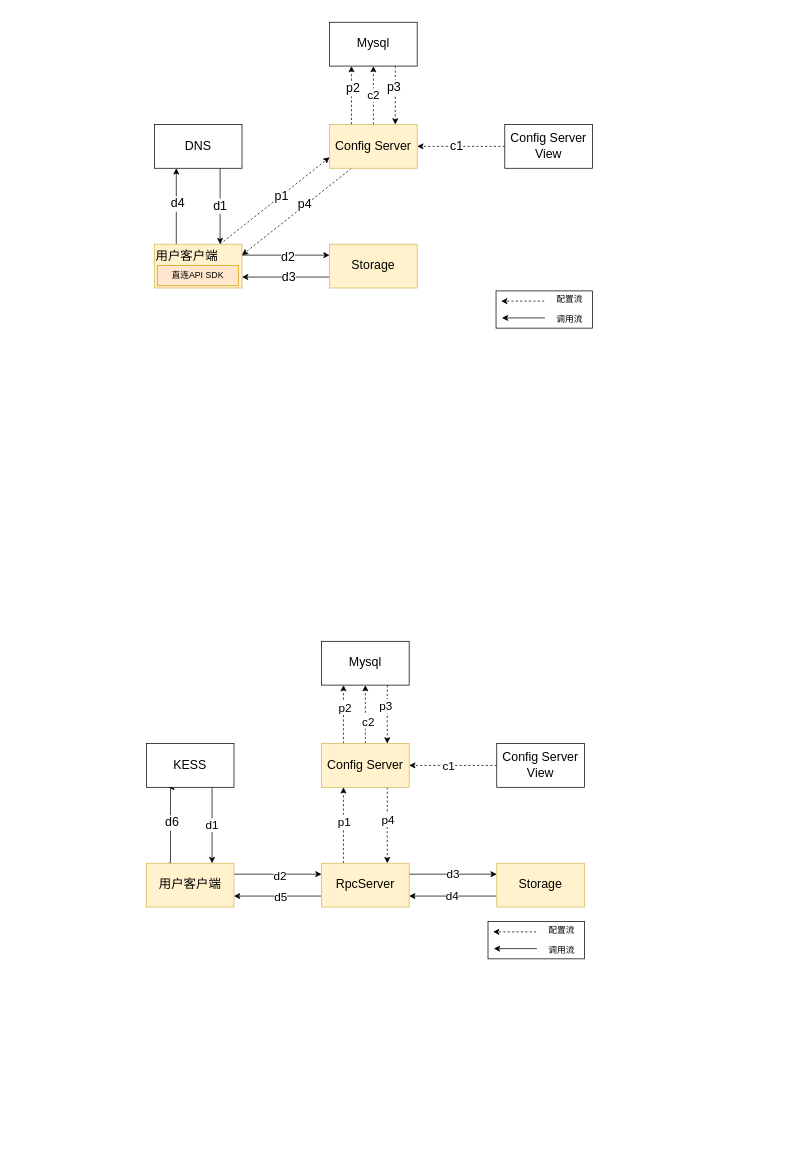
Before: Untitled Diagram.drawio in FlyThroughAir/DrawHere, a draw.io diagram. Source tidied: cells renumbered, new cells numbered last; positions are measured from the earlier drawing's top-left corner, leaving out a move shared by most shapes. Both pictures are drawn from the tidied source at 73%, with x=0, y=0 at pixel (146, 22).
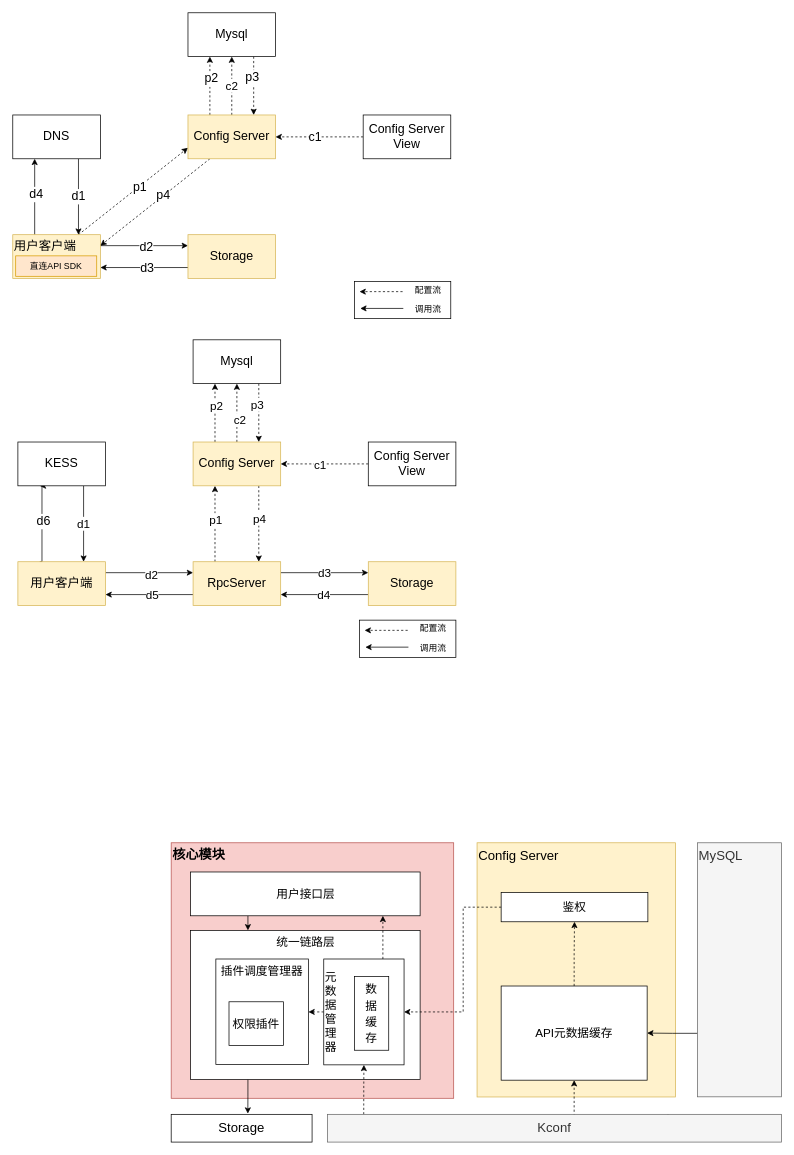
Above is the later version.

What changed in the source:
```diff
@@
     <mxCell id="2" style="rounded=0;whiteSpace=wrap;html=1;" parent="1" vertex="1">
-      <mxGeometry x="468" y="1232" width="132" height="51" as="geometry" />
+      <mxGeometry x="292" y="819" width="132" height="51" as="geometry" />
     </mxCell>
@@
     <mxCell id="9" value="用户客户端" style="rounded=0;whiteSpace=wrap;html=1;fontSize=17;fillColor=#fff2cc;strokeColor=#d6b656;verticalAlign=top;align=left;" parent="1" vertex="1">
-      <mxGeometry x="11" y="304" width="120" height="60" as="geometry" />
+      <mxGeometry x="-183" y="291" width="120" height="60" as="geometry" />
     </mxCell>
@@
     <mxCell id="11" value="DNS" style="rounded=0;whiteSpace=wrap;html=1;fontSize=17;" parent="1" vertex="1">
-      <mxGeometry x="11" y="140" width="120" height="60" as="geometry" />
+      <mxGeometry x="-183" y="127" width="120" height="60" as="geometry" />
     </mxCell>
@@
     <mxCell id="16" value="c2" style="edgeStyle=orthogonalEdgeStyle;rounded=0;jettySize=auto;html=1;entryX=0.5;entryY=1;entryDx=0;entryDy=0;dashed=1;fontSize=16;strokeColor=#000000;" parent="1" edge="1" source="17" target="26">
       <mxGeometry relative="1" as="geometry">
         <Array as="points">
-          <mxPoint x="311" y="92" />
-          <mxPoint x="311" y="92" />
+          <mxPoint x="117" y="79" />
+          <mxPoint x="117" y="79" />
         </Array>
       </mxGeometry>
     </mxCell>
     <mxCell id="17" value="Config Server" style="rounded=0;whiteSpace=wrap;html=1;fontSize=17;fillColor=#fff2cc;strokeColor=#d6b656;" parent="1" vertex="1">
-      <mxGeometry x="251" y="140" width="120" height="60" as="geometry" />
+      <mxGeometry x="57" y="127" width="120" height="60" as="geometry" />
     </mxCell>
@@
     <mxCell id="20" value="Storage" style="rounded=0;whiteSpace=wrap;html=1;fontSize=17;fillColor=#fff2cc;strokeColor=#d6b656;" parent="1" vertex="1">
-      <mxGeometry x="251" y="304" width="120" height="60" as="geometry" />
+      <mxGeometry x="57" y="291" width="120" height="60" as="geometry" />
     </mxCell>
@@
     <mxCell id="23" value="Config Server View" style="rounded=0;whiteSpace=wrap;html=1;fontSize=17;" parent="1" vertex="1">
-      <mxGeometry x="491" y="140" width="120" height="60" as="geometry" />
+      <mxGeometry x="297" y="127" width="120" height="60" as="geometry" />
     </mxCell>
@@
     <mxCell id="26" value="Mysql" style="rounded=0;whiteSpace=wrap;html=1;fontSize=17;" parent="1" vertex="1">
-      <mxGeometry x="251" width="120" height="60" as="geometry" />
+      <mxGeometry x="57" y="-13" width="120" height="60" as="geometry" />
     </mxCell>
     <mxCell id="27" style="edgeStyle=orthogonalEdgeStyle;rounded=0;jettySize=auto;html=1;exitX=0.25;exitY=0;exitDx=0;exitDy=0;entryX=0.25;entryY=1;entryDx=0;entryDy=0;fontSize=17;" parent="1" edge="1" source="33" target="35">
       <mxGeometry relative="1" as="geometry">
         <Array as="points">
-          <mxPoint x="33" y="1152" />
-          <mxPoint x="33" y="1048" />
+          <mxPoint x="-143" y="739" />
+          <mxPoint x="-143" y="635" />
         </Array>
       </mxGeometry>
     </mxCell>
@@
     <mxCell id="33" value="用户客户端" style="rounded=0;whiteSpace=wrap;html=1;fontSize=17;fillColor=#fff2cc;strokeColor=#d6b656;" parent="1" vertex="1">
-      <mxGeometry y="1152" width="120" height="60" as="geometry" />
+      <mxGeometry x="-176" y="739" width="120" height="60" as="geometry" />
     </mxCell>
@@
     <mxCell id="35" value="KESS" style="rounded=0;whiteSpace=wrap;html=1;fontSize=17;" parent="1" vertex="1">
-      <mxGeometry y="988" width="120" height="60" as="geometry" />
+      <mxGeometry x="-176" y="575" width="120" height="60" as="geometry" />
     </mxCell>
@@
     <mxCell id="42" value="Config Server" style="rounded=0;whiteSpace=wrap;html=1;fontSize=17;fillColor=#fff2cc;strokeColor=#d6b656;" parent="1" vertex="1">
-      <mxGeometry x="240" y="988" width="120" height="60" as="geometry" />
+      <mxGeometry x="64" y="575" width="120" height="60" as="geometry" />
     </mxCell>
@@
     <mxCell id="46" value="RpcServer" style="rounded=0;whiteSpace=wrap;html=1;fontSize=17;fillColor=#fff2cc;strokeColor=#d6b656;" parent="1" vertex="1">
-      <mxGeometry x="240" y="1152" width="120" height="60" as="geometry" />
+      <mxGeometry x="64" y="739" width="120" height="60" as="geometry" />
     </mxCell>
@@
     <mxCell id="49" value="Config Server View" style="rounded=0;whiteSpace=wrap;html=1;fontSize=17;" parent="1" vertex="1">
-      <mxGeometry x="480" y="988" width="120" height="60" as="geometry" />
+      <mxGeometry x="304" y="575" width="120" height="60" as="geometry" />
     </mxCell>
@@
     <mxCell id="52" value="Mysql" style="rounded=0;whiteSpace=wrap;html=1;fontSize=17;" parent="1" vertex="1">
-      <mxGeometry x="240" y="848" width="120" height="60" as="geometry" />
+      <mxGeometry x="64" y="435" width="120" height="60" as="geometry" />
     </mxCell>
@@
     <mxCell id="56" value="Storage" style="rounded=0;whiteSpace=wrap;html=1;fontSize=17;fillColor=#fff2cc;strokeColor=#d6b656;" parent="1" vertex="1">
-      <mxGeometry x="480" y="1152" width="120" height="60" as="geometry" />
+      <mxGeometry x="304" y="739" width="120" height="60" as="geometry" />
     </mxCell>
     <mxCell id="57" value="直连API SDK" style="rounded=0;whiteSpace=wrap;html=1;fillColor=#ffe6cc;strokeColor=#d79b00;" parent="1" vertex="1">
-      <mxGeometry x="15" y="333" width="111" height="28" as="geometry" />
+      <mxGeometry x="-179" y="320" width="111" height="28" as="geometry" />
     </mxCell>
     <mxCell id="58" style="endArrow=classic;html=1;rounded=0;dashed=1;strokeColor=#000000;" parent="1" edge="1">
       <mxGeometry relative="1" as="geometry">
-        <mxPoint x="534" y="1246" as="sourcePoint" />
-        <mxPoint x="475" y="1246" as="targetPoint" />
+        <mxPoint x="358" y="833" as="sourcePoint" />
+        <mxPoint x="299" y="833" as="targetPoint" />
       </mxGeometry>
     </mxCell>
     <mxCell id="59" style="endArrow=classic;html=1;rounded=0;strokeColor=#000000;" parent="1" edge="1">
       <mxGeometry relative="1" as="geometry">
-        <mxPoint x="535" y="1269" as="sourcePoint" />
-        <mxPoint x="476" y="1269" as="targetPoint" />
+        <mxPoint x="359" y="856" as="sourcePoint" />
+        <mxPoint x="300" y="856" as="targetPoint" />
       </mxGeometry>
     </mxCell>
     <mxCell id="60" value="配置流" style="text;html=1;strokeColor=none;fillColor=none;align=center;verticalAlign=middle;whiteSpace=wrap;rounded=0;" parent="1" vertex="1">
-      <mxGeometry x="539" y="1229" width="60" height="30" as="geometry" />
+      <mxGeometry x="363" y="816" width="60" height="30" as="geometry" />
     </mxCell>
     <mxCell id="61" value="调用流" style="text;html=1;strokeColor=none;fillColor=none;align=center;verticalAlign=middle;whiteSpace=wrap;rounded=0;" parent="1" vertex="1">
-      <mxGeometry x="539" y="1256" width="60" height="30" as="geometry" />
+      <mxGeometry x="363" y="843" width="60" height="30" as="geometry" />
     </mxCell>
     <mxCell id="62" style="rounded=0;whiteSpace=wrap;html=1;" parent="1" vertex="1">
-      <mxGeometry x="479" y="368" width="132" height="51" as="geometry" />
+      <mxGeometry x="285" y="355" width="132" height="51" as="geometry" />
     </mxCell>
     <mxCell id="63" style="endArrow=classic;html=1;rounded=0;dashed=1;strokeColor=#000000;" parent="1" edge="1">
       <mxGeometry relative="1" as="geometry">
-        <mxPoint x="545" y="382" as="sourcePoint" />
-        <mxPoint x="486" y="382" as="targetPoint" />
+        <mxPoint x="351" y="369" as="sourcePoint" />
+        <mxPoint x="292" y="369" as="targetPoint" />
       </mxGeometry>
     </mxCell>
     <mxCell id="64" style="endArrow=classic;html=1;rounded=0;strokeColor=#000000;" parent="1" edge="1">
       <mxGeometry relative="1" as="geometry">
-        <mxPoint x="546" y="405" as="sourcePoint" />
-        <mxPoint x="487" y="405" as="targetPoint" />
+        <mxPoint x="352" y="392" as="sourcePoint" />
+        <mxPoint x="293" y="392" as="targetPoint" />
       </mxGeometry>
     </mxCell>
     <mxCell id="65" value="配置流" style="text;html=1;strokeColor=none;fillColor=none;align=center;verticalAlign=middle;whiteSpace=wrap;rounded=0;" parent="1" vertex="1">
-      <mxGeometry x="550" y="365" width="60" height="30" as="geometry" />
+      <mxGeometry x="356" y="352" width="60" height="30" as="geometry" />
     </mxCell>
     <mxCell id="66" value="调用流" style="text;html=1;strokeColor=none;fillColor=none;align=center;verticalAlign=middle;whiteSpace=wrap;rounded=0;" parent="1" vertex="1">
-      <mxGeometry x="550" y="392" width="60" height="30" as="geometry" />
+      <mxGeometry x="356" y="379" width="60" height="30" as="geometry" />
     </mxCell>
+    <mxCell id="67" value="&lt;font style=&quot;font-size: 18px&quot;&gt;Config Server&lt;/font&gt;" style="rounded=0;whiteSpace=wrap;html=1;fontSize=19;verticalAlign=top;fillColor=#fff2cc;strokeColor=#d6b656;align=left;" parent="1" vertex="1">
+      <mxGeometry x="453" y="1124" width="272" height="348.2" as="geometry" />
+    </mxCell>
+    <mxCell id="68" value="&lt;font style=&quot;font-size: 16px&quot;&gt;鉴权&lt;/font&gt;" style="rounded=0;whiteSpace=wrap;html=1;fontSize=19;" parent="1" vertex="1">
+      <mxGeometry x="486" y="1192.2" width="201" height="40" as="geometry" />
+    </mxCell>
+    <mxCell id="69" style="edgeStyle=orthogonalEdgeStyle;rounded=0;jettySize=auto;html=1;fontSize=18;startArrow=none;startFill=0;endArrow=classic;endFill=1;dashed=1;" parent="1" edge="1" source="70" target="68">
+      <mxGeometry relative="1" as="geometry" />
+    </mxCell>
+    <mxCell id="70" value="&lt;span style=&quot;font-size: 16px&quot;&gt;API元数据缓存&lt;/span&gt;" style="rounded=0;whiteSpace=wrap;html=1;fontSize=19;" parent="1" vertex="1">
+      <mxGeometry x="486" y="1320.2" width="200" height="129" as="geometry" />
+    </mxCell>
+    <mxCell id="71" value="核心模块" style="rounded=0;whiteSpace=wrap;html=1;verticalAlign=top;align=left;fontSize=18;fontStyle=1;fillColor=#f8cecc;strokeColor=#b85450;" parent="1" vertex="1">
+      <mxGeometry x="34" y="1124" width="387" height="350" as="geometry" />
+    </mxCell>
+    <mxCell id="72" style="edgeStyle=orthogonalEdgeStyle;rounded=0;jettySize=auto;html=1;exitX=0.25;exitY=1;exitDx=0;exitDy=0;entryX=0.544;entryY=-0.026;entryDx=0;entryDy=0;entryPerimeter=0;fontSize=18;" parent="1" edge="1" source="73" target="88">
+      <mxGeometry relative="1" as="geometry" />
+    </mxCell>
+    <mxCell id="73" value="统一链路层" style="rounded=0;whiteSpace=wrap;html=1;verticalAlign=top;fontSize=16;" parent="1" vertex="1">
+      <mxGeometry x="60.5" y="1244" width="314.5" height="204.2" as="geometry" />
+    </mxCell>
+    <mxCell id="74" style="edgeStyle=orthogonalEdgeStyle;rounded=0;jettySize=auto;html=1;exitX=0.25;exitY=1;exitDx=0;exitDy=0;entryX=0.25;entryY=0;entryDx=0;entryDy=0;" parent="1" edge="1" source="75" target="73">
+      <mxGeometry relative="1" as="geometry" />
+    </mxCell>
+    <mxCell id="75" value="用户接口层" style="rounded=0;whiteSpace=wrap;html=1;fontSize=16;" parent="1" vertex="1">
+      <mxGeometry x="60.5" y="1164" width="314.5" height="60" as="geometry" />
+    </mxCell>
+    <mxCell id="76" style="edgeStyle=orthogonalEdgeStyle;rounded=0;jettySize=auto;html=1;fontSize=16;startArrow=none;startFill=0;endArrow=classic;endFill=1;dashed=1;" parent="1" edge="1" source="78" target="75">
+      <mxGeometry relative="1" as="geometry">
+        <Array as="points">
+          <mxPoint x="324" y="1241.2" />
+          <mxPoint x="324" y="1241.2" />
+        </Array>
+      </mxGeometry>
+    </mxCell>
+    <mxCell id="77" style="edgeStyle=orthogonalEdgeStyle;rounded=0;jettySize=auto;html=1;exitX=0;exitY=0.5;exitDx=0;exitDy=0;entryX=1;entryY=0.5;entryDx=0;entryDy=0;dashed=1;" parent="1" edge="1" source="78" target="79">
+      <mxGeometry relative="1" as="geometry" />
+    </mxCell>
+    <mxCell id="78" value="&lt;font style=&quot;font-size: 16px;&quot;&gt;元&lt;br style=&quot;font-size: 16px;&quot;&gt;数&lt;br style=&quot;font-size: 16px;&quot;&gt;据&lt;br style=&quot;font-size: 16px;&quot;&gt;管&lt;br style=&quot;font-size: 16px;&quot;&gt;理&lt;br style=&quot;font-size: 16px;&quot;&gt;器&lt;/font&gt;" style="rounded=0;whiteSpace=wrap;html=1;fontSize=16;align=left;" parent="1" vertex="1">
+      <mxGeometry x="243" y="1283.2" width="110" height="145" as="geometry" />
+    </mxCell>
+    <mxCell id="79" value="&lt;font style=&quot;font-size: 16px;&quot;&gt;插件调度管理器&lt;/font&gt;" style="rounded=0;whiteSpace=wrap;html=1;fontSize=16;verticalAlign=top;" parent="1" vertex="1">
+      <mxGeometry x="95.2" y="1283.2" width="126.8" height="144.5" as="geometry" />
+    </mxCell>
+    <mxCell id="80" value="&lt;font style=&quot;font-size: 16px;&quot;&gt;权限插件&lt;/font&gt;" style="rounded=0;whiteSpace=wrap;html=1;fontSize=16;" parent="1" vertex="1">
+      <mxGeometry x="113.2" y="1341.8" width="74.8" height="60" as="geometry" />
+    </mxCell>
+    <mxCell id="81" style="edgeStyle=orthogonalEdgeStyle;rounded=0;jettySize=auto;html=1;entryX=1;entryY=0.5;entryDx=0;entryDy=0;fontSize=18;startArrow=none;startFill=0;endArrow=classic;endFill=1;dashed=1;" parent="1" edge="1" source="68" target="78">
+      <mxGeometry relative="1" as="geometry">
+        <Array as="points">
+          <mxPoint x="434" y="1212.2" />
+          <mxPoint x="434" y="1356.2" />
+        </Array>
+      </mxGeometry>
+    </mxCell>
+    <mxCell id="82" style="edgeStyle=orthogonalEdgeStyle;rounded=0;jettySize=auto;html=1;exitX=0;exitY=0.75;exitDx=0;exitDy=0;entryX=1;entryY=0.5;entryDx=0;entryDy=0;" parent="1" edge="1" source="83" target="70">
+      <mxGeometry relative="1" as="geometry" />
+    </mxCell>
+    <mxCell id="83" value="&lt;span style=&quot;font-size: 18px&quot;&gt;MySQL&lt;/span&gt;" style="rounded=0;whiteSpace=wrap;html=1;fontSize=19;verticalAlign=top;fillColor=#f5f5f5;strokeColor=#666666;fontColor=#333333;align=left;" parent="1" vertex="1">
+      <mxGeometry x="755" y="1124" width="115" height="348" as="geometry" />
+    </mxCell>
+    <mxCell id="84" style="edgeStyle=orthogonalEdgeStyle;rounded=0;jettySize=auto;html=1;exitX=0.08;exitY=0;exitDx=0;exitDy=0;dashed=1;exitPerimeter=0;" parent="1" edge="1" source="86" target="78">
+      <mxGeometry relative="1" as="geometry" />
+    </mxCell>
+    <mxCell id="85" style="edgeStyle=orthogonalEdgeStyle;rounded=0;jettySize=auto;html=1;exitX=0.75;exitY=0;exitDx=0;exitDy=0;dashed=1;" parent="1" edge="1" source="86" target="70">
+      <mxGeometry relative="1" as="geometry">
+        <Array as="points">
+          <mxPoint x="586" y="1514" />
+        </Array>
+      </mxGeometry>
+    </mxCell>
+    <mxCell id="86" value="&lt;span style=&quot;font-size: 18px&quot;&gt;Kconf&lt;/span&gt;" style="rounded=0;whiteSpace=wrap;html=1;fontSize=19;verticalAlign=top;fillColor=#f5f5f5;strokeColor=#666666;fontColor=#333333;" parent="1" vertex="1">
+      <mxGeometry x="248" y="1496" width="622" height="38" as="geometry" />
+    </mxCell>
+    <mxCell id="87" value="&lt;span style=&quot;font-size: 16px&quot;&gt;数&lt;br&gt;据&lt;br&gt;缓&lt;br&gt;存&lt;/span&gt;" style="rounded=0;whiteSpace=wrap;html=1;fontSize=19;" parent="1" vertex="1">
+      <mxGeometry x="285" y="1307" width="47" height="101.2" as="geometry" />
+    </mxCell>
+    <mxCell id="88" value="&lt;font style=&quot;font-size: 18px&quot;&gt;Storage&lt;/font&gt;" style="rounded=0;whiteSpace=wrap;html=1;" parent="1" vertex="1">
+      <mxGeometry x="34" y="1496" width="193" height="38" as="geometry" />
+    </mxCell>
```
